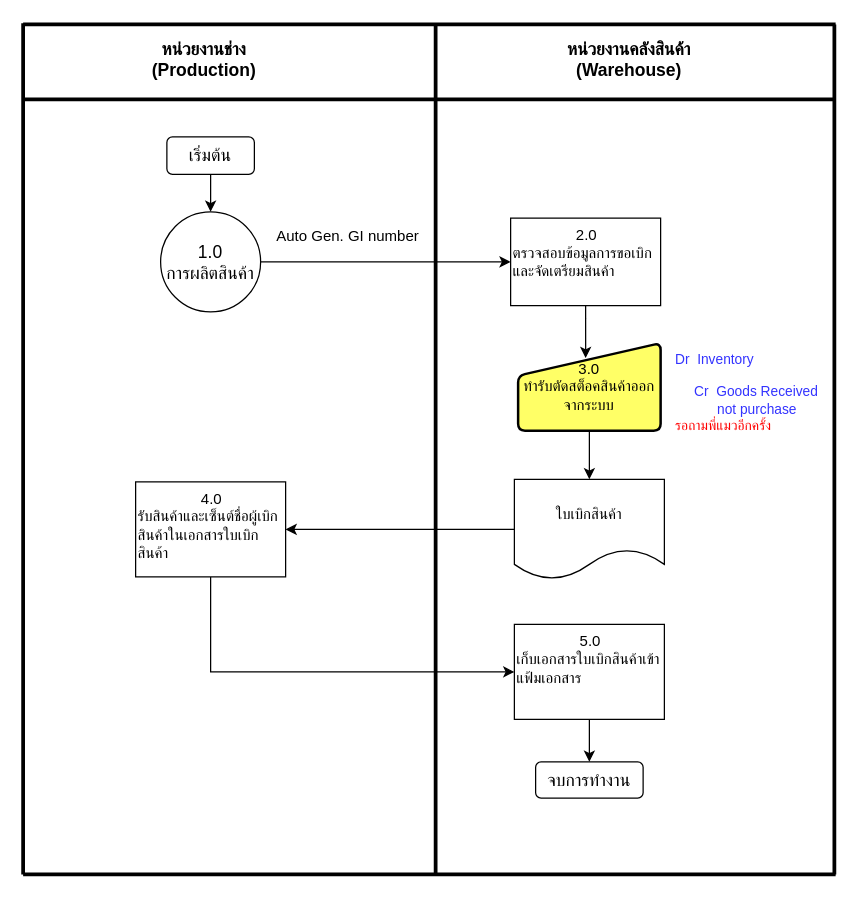
This is page "GI to MO" (3 of 7) of Untitled Diagram.drawio from Rattapornp94/hello-wold, a draw.io file, before an edit. Source tidied: cells renumbered, new cells numbered last; positions are measured from the earlier drawing's top-left corner, leaving out a move shared by most shapes. Both pictures are drawn from the tidied source at 125%, with x=0, y=0 at pixel (22, 22).
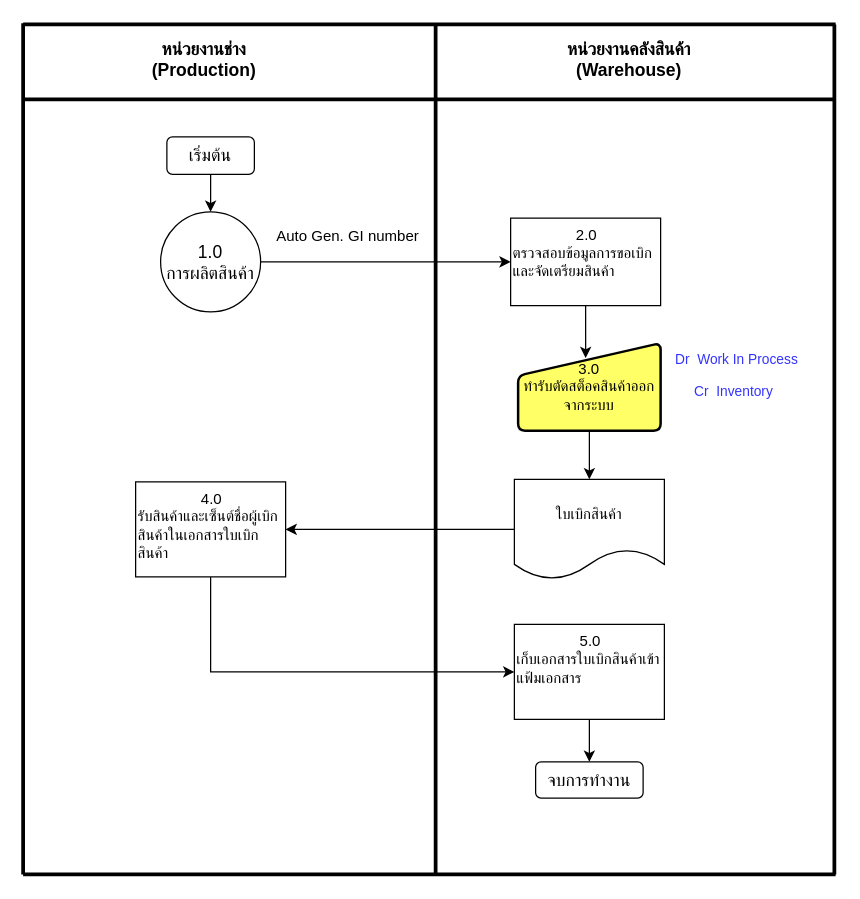
The same page after the edit.

Diff of the diagram source:
```diff
@@
-    <mxCell id="15" value="Dr&amp;nbsp; Inventory&lt;br style=&quot;font-size: 11px&quot;&gt;&lt;br style=&quot;font-size: 11px&quot;&gt;&amp;nbsp; &amp;nbsp; &amp;nbsp;Cr&amp;nbsp; Goods Received &lt;br&gt;&amp;nbsp; &amp;nbsp; &amp;nbsp; &amp;nbsp; &amp;nbsp; &amp;nbsp;not purchase&lt;br&gt;&lt;font color=&quot;#ff0000&quot;&gt;รอถามพี่แมวอีกครั้ง&lt;/font&gt;" style="text;html=1;strokeColor=none;fillColor=none;align=left;verticalAlign=top;whiteSpace=wrap;rounded=0;fontSize=11;fontColor=#3333FF;fontStyle=0;" parent="1" vertex="1">
-      <mxGeometry x="520" y="256" width="127.5" height="96.5" as="geometry" />
+    <mxCell id="15" value="Dr&amp;nbsp; Work In Process&lt;br style=&quot;font-size: 11px&quot;&gt;&lt;br style=&quot;font-size: 11px&quot;&gt;&amp;nbsp; &amp;nbsp; &amp;nbsp;Cr&amp;nbsp; Inventory" style="text;html=1;strokeColor=none;fillColor=none;align=left;verticalAlign=top;whiteSpace=wrap;rounded=0;fontSize=11;fontColor=#3333FF;fontStyle=0;" parent="1" vertex="1">
+      <mxGeometry x="520" y="256" width="120" height="65" as="geometry" />
     </mxCell>
```
